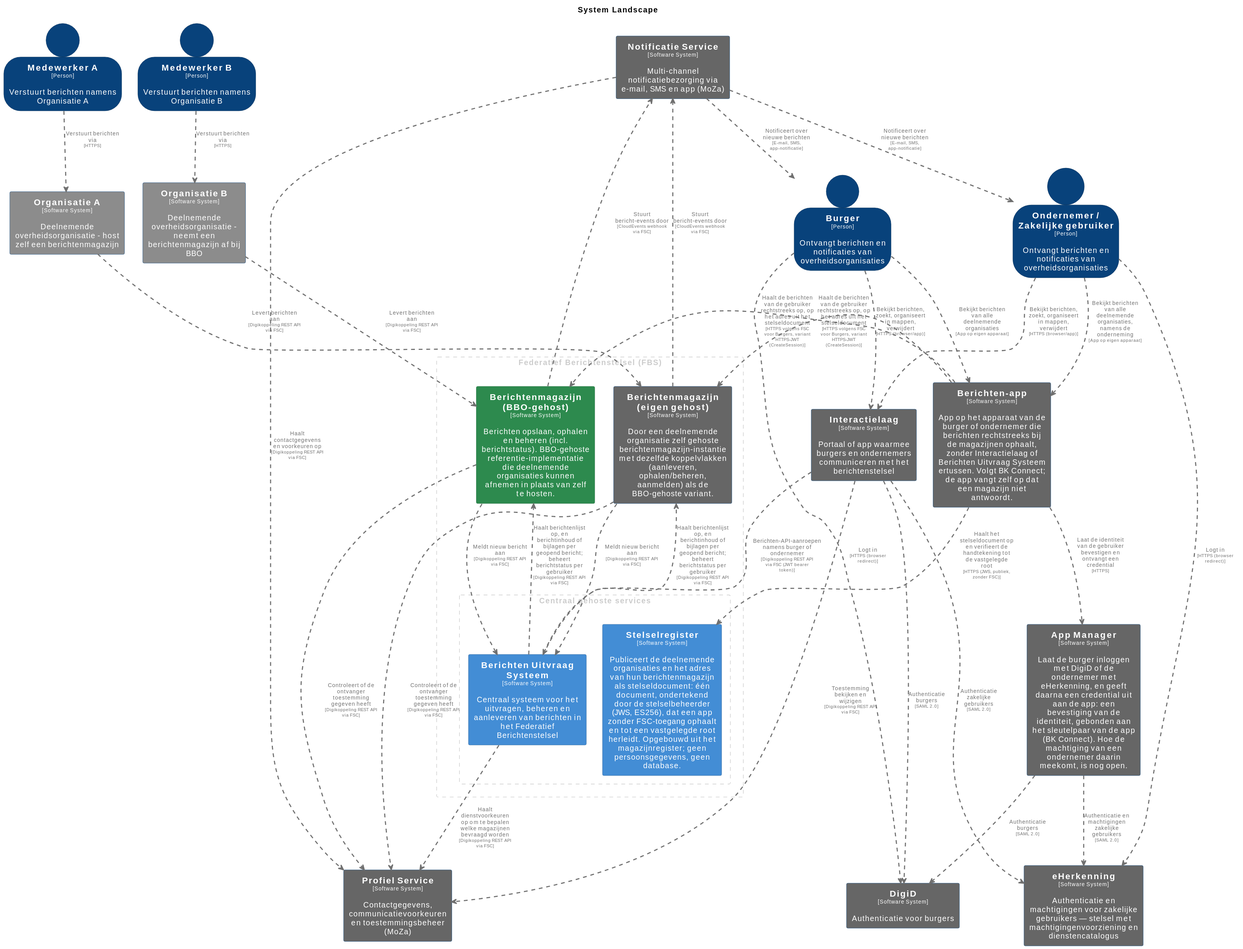
MinBZK/moza-poc-fbs-berichtenbox keeps this PlantUML diagram as pr-preview/pr-410/master/svg/SystemLandscape.svg. Above is the earlier version. Its source is kept beside it as pr-preview/pr-410/master/puml/SystemLandscape.puml.
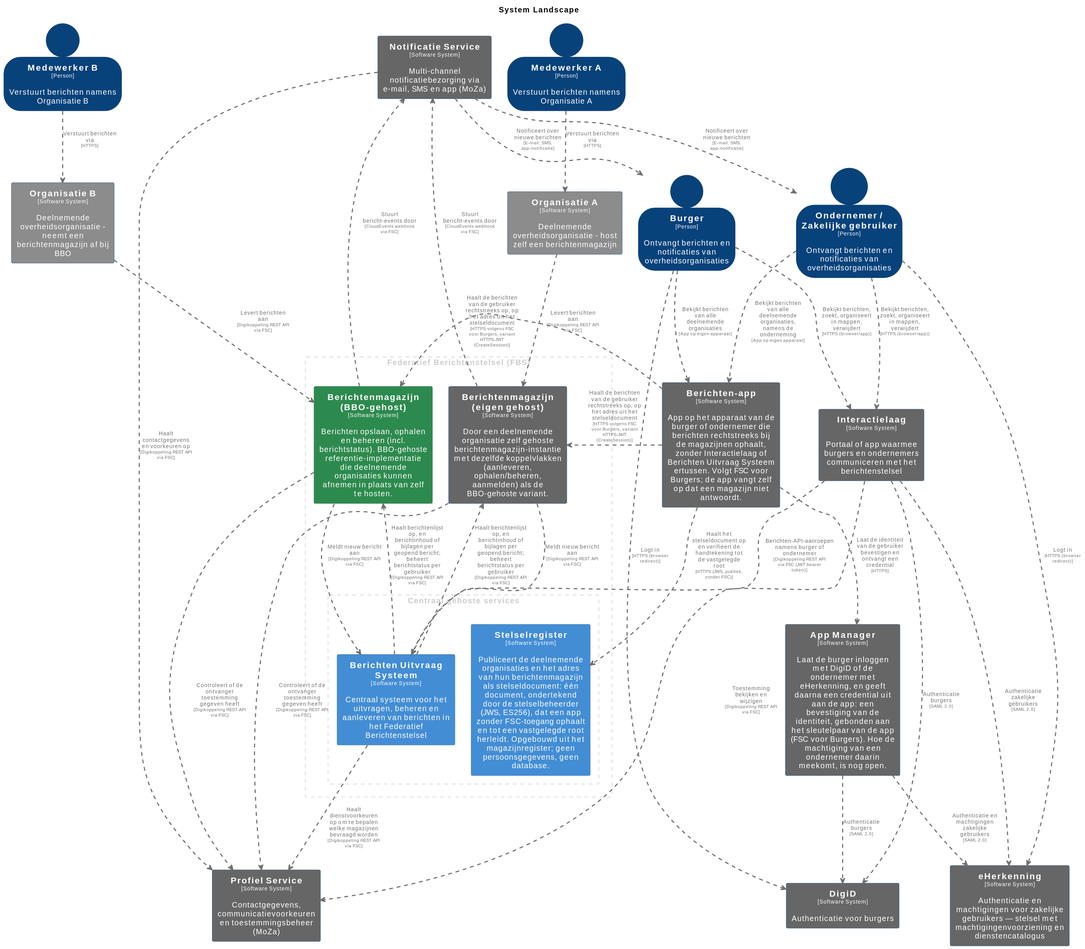
Later version of the same file.

What changed in the source:
```diff
@@ -130,16 +130,17 @@
       skinparam RectangleFontColor<<group2>> #cccccc
       skinparam RectangleBorderStyle<<group2>> dashed
 
+      rectangle "==Stelselregister\n<size:10>[Software System]</size>\n\nPubliceert de deelnemende organisaties en het adres van hun berichtenmagazijn als stelseldocument: één document, ondertekend door de stelselbeheerder (JWS, ES256), dat een app zonder FSC-toegang ophaalt en tot een vastgelegde root herleidt. Opgebouwd uit het magazijnregister; geen persoonsgegevens, geen database." <<Stelselregister>> as Stelselregister
       rectangle "==Berichten Uitvraag Systeem\n<size:10>[Software System]</size>\n\nCentraal systeem voor het uitvragen, beheren en aanleveren van berichten in het Federatief Berichtenstelsel" <<BerichtenUitvraagSysteem>> as BerichtenUitvraagSysteem
-      rectangle "==Stelselregister\n<size:10>[Software System]</size>\n\nPubliceert de deelnemende organisaties en het adres van hun berichtenmagazijn als stelseldocument: één document, ondertekend door de stelselbeheerder (JWS, ES256), dat een app zonder FSC-toegang ophaalt en tot een vastgelegde root herleidt. Opgebouwd uit het magazijnregister; geen persoonsgegevens, geen database." <<Stelselregister>> as Stelselregister
     }
 
 }
 
 person "==Burger\n<size:10>[Person]</size>\n\nOntvangt berichten en notificaties van overheidsorganisaties" <<Burger>> as Burger
 rectangle "==Organisatie A\n<size:10>[Software System]</size>\n\nDeelnemende overheidsorganisatie - host zelf een berichtenmagazijn" <<OrganisatieA>> as OrganisatieA
-rectangle "==App Manager\n<size:10>[Software System]</size>\n\nLaat de burger inloggen met DigiD of de ondernemer met eHerkenning, en geeft daarna een credential uit aan de app: een bevestiging van de identiteit, gebonden aan het sleutelpaar van de app (BK Connect). Hoe de machtiging van een ondernemer daarin meekomt, is nog open." <<AppManager>> as AppManager
 rectangle "==Organisatie B\n<size:10>[Software System]</size>\n\nDeelnemende overheidsorganisatie - neemt een berichtenmagazijn af bij BBO" <<OrganisatieB>> as OrganisatieB
+rectangle "==Berichten-app\n<size:10>[Software System]</size>\n\nApp op het apparaat van de burger of ondernemer die berichten rechtstreeks bij de magazijnen ophaalt, zonder Interactielaag of Berichten Uitvraag Systeem ertussen. Volgt FSC voor Burgers; de app vangt zelf op dat een magazijn niet antwoordt." <<Berichtenapp>> as Berichtenapp
+rectangle "==App Manager\n<size:10>[Software System]</size>\n\nLaat de burger inloggen met DigiD of de ondernemer met eHerkenning, en geeft daarna een credential uit aan de app: een bevestiging van de identiteit, gebonden aan het sleutelpaar van de app (FSC voor Burgers). Hoe de machtiging van een ondernemer daarin meekomt, is nog open." <<AppManager>> as AppManager
 person "==Ondernemer / Zakelijke gebruiker\n<size:10>[Person]</size>\n\nOntvangt berichten en notificaties van overheidsorganisaties" <<OndernemerZakelijkegebruiker>> as OndernemerZakelijkegebruiker
 person "==Medewerker A\n<size:10>[Person]</size>\n\nVerstuurt berichten namens Organisatie A" <<MedewerkerA>> as MedewerkerA
 person "==Medewerker B\n<size:10>[Person]</size>\n\nVerstuurt berichten namens Organisatie B" <<MedewerkerB>> as MedewerkerB
@@ -148,7 +149,6 @@
 rectangle "==Interactielaag\n<size:10>[Software System]</size>\n\nPortaal of app waarmee burgers en ondernemers communiceren met het berichtenstelsel" <<Interactielaag>> as Interactielaag
 rectangle "==eHerkenning\n<size:10>[Software System]</size>\n\nAuthenticatie en machtigingen voor zakelijke gebruikers — stelsel met machtigingenvoorziening en dienstencatalogus" <<eHerkenning>> as eHerkenning
 rectangle "==DigiD\n<size:10>[Software System]</size>\n\nAuthenticatie voor burgers" <<DigiD>> as DigiD
-rectangle "==Berichten-app\n<size:10>[Software System]</size>\n\nApp op het apparaat van de burger of ondernemer die berichten rechtstreeks bij de magazijnen ophaalt, zonder Interactielaag of Berichten Uitvraag Systeem ertussen. Volgt BK Connect; de app vangt zelf op dat een magazijn niet antwoordt." <<Berichtenapp>> as Berichtenapp
 
 MedewerkerA .[#707070,thickness=2].> OrganisatieA : "<color:#707070>Verstuurt berichten via\n<color:#707070><size:8>[HTTPS]</size>"
 MedewerkerB .[#707070,thickness=2].> OrganisatieB : "<color:#707070>Verstuurt berichten via\n<color:#707070><size:8>[HTTPS]</size>"
```
